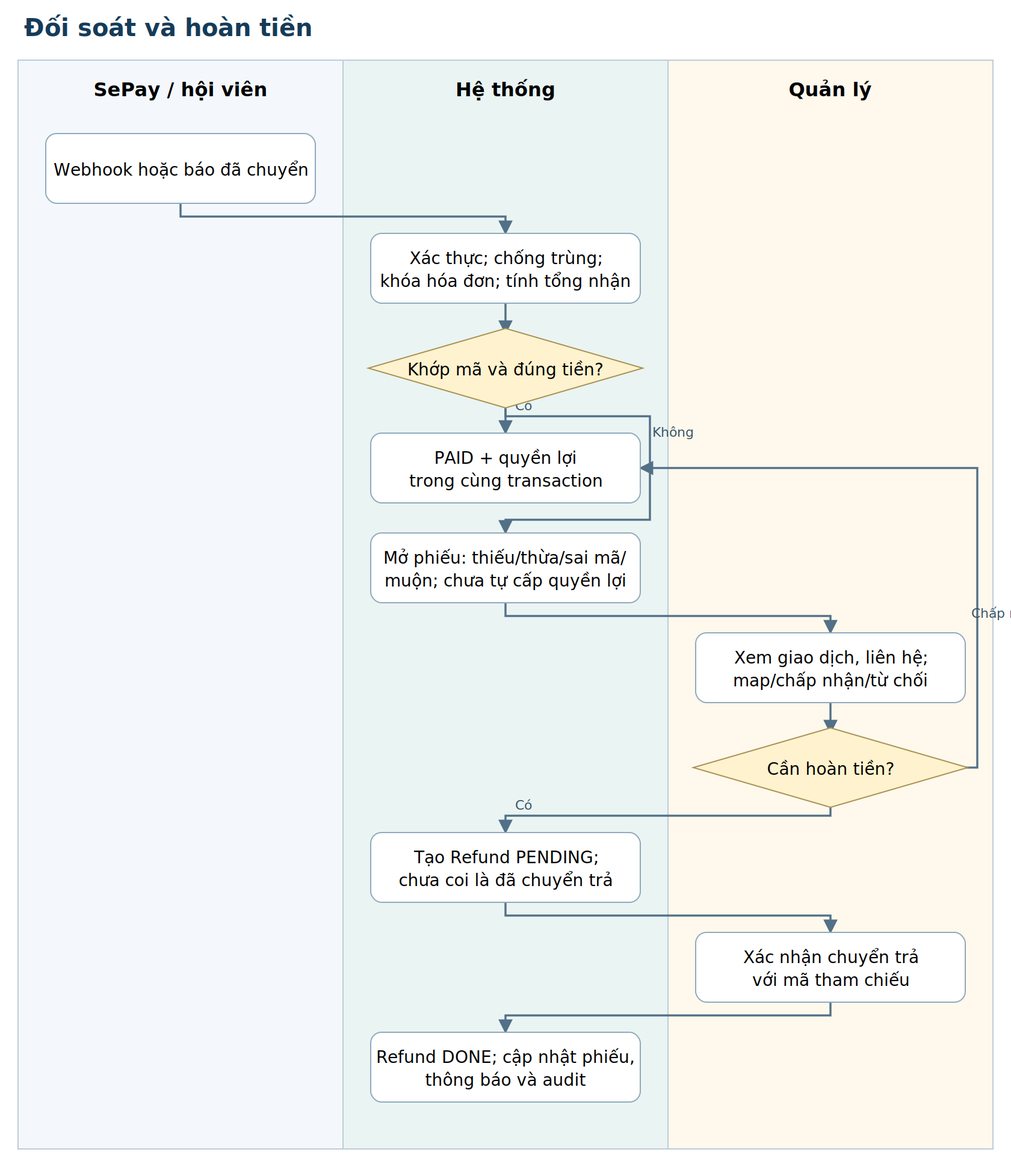
Before: outputs/bao-cao-cuoi-ky/so-do/flow-05-reconcile.png, a diagram exported from Graphviz (NhomHello/Sports-Center-Management-System). Its source is kept beside it as outputs/bao-cao-cuoi-ky/so-do/flow-05-reconcile.dot. Source of this version:
```dot
digraph G {
graph [rankdir=TB, bgcolor="white", pad="0.25", nodesep="0.25", ranksep="0.5", fontname="DejaVu Sans", fontsize=15];
node [shape=box, style="rounded,filled", fillcolor="#eef5fb", color="#a4bdce", fontname="DejaVu Sans", fontsize=11, margin="0.14,0.1"];
edge [fontname="DejaVu Sans", fontsize=9, color="#527087", arrowsize=0.7];
label="Đối soát và hoàn tiền"; labelloc=t;
subgraph cluster_0 { label="SePay / hội viên"; color="#cbdbe7"; style="rounded,filled"; fillcolor="#f4f8fc";
a [label="Webhook hoặc báo đã chuyển", shape=box];
}
subgraph cluster_1 { label="Hệ thống"; color="#cbdbe7"; style="rounded,filled"; fillcolor="#eaf4f3";
b [label="Xác thực; chống trùng;\nkhóa hóa đơn; tính tổng nhận", shape=box];
c [label="Khớp mã và đúng tiền?", shape=diamond];
d [label="PAID + quyền lợi\ntrong cùng transaction", shape=box];
e [label="Mở phiếu: thiếu/thừa/sai mã/\nmuộn; chưa tự cấp quyền lợi", shape=box];
h [label="Tạo Refund PENDING;\nchưa coi là đã chuyển trả", shape=box];
j [label="Refund DONE; cập nhật phiếu,\nthông báo và audit", shape=box];
}
subgraph cluster_2 { label="Quản lý"; color="#cbdbe7"; style="rounded,filled"; fillcolor="#fff8ec";
f [label="Xem giao dịch, liên hệ;\nmap/chấp nhận/từ chối", shape=box];
g [label="Cần hoàn tiền?", shape=diamond];
i [label="Xác nhận chuyển trả\nvới mã tham chiếu", shape=box];
}
a -> b [label=""];
b -> c [label=""];
c -> d [label="Có"];
c -> e [label="Không"];
e -> f [label=""];
f -> g [label=""];
g -> h [label="Có"];
h -> i [label=""];
i -> j [label=""];
g -> d [label="Chấp nhận/map, đủ điều kiện"];
}
```
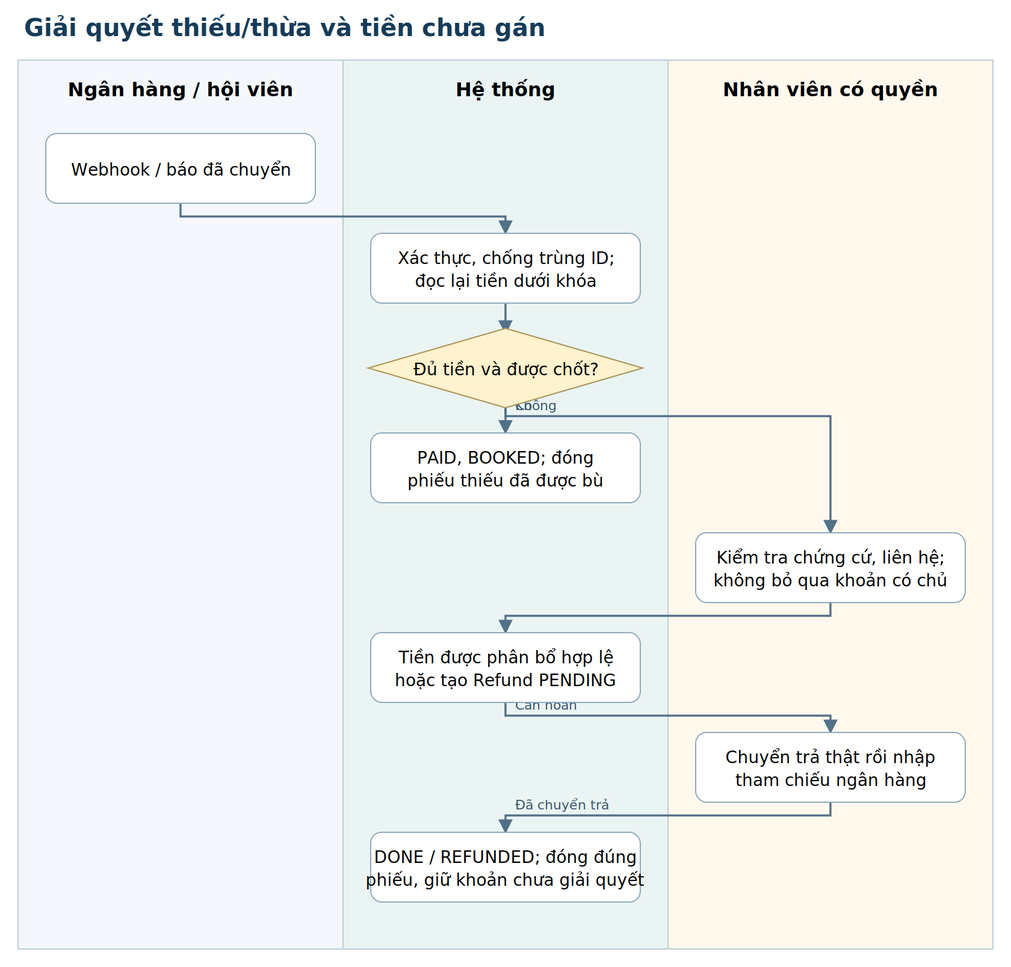
Above is the later version.

Change to the diagram source:
```diff
@@ -2,31 +2,26 @@
 graph [rankdir=TB, bgcolor="white", pad="0.25", nodesep="0.25", ranksep="0.5", fontname="DejaVu Sans", fontsize=15];
 node [shape=box, style="rounded,filled", fillcolor="#eef5fb", color="#a4bdce", fontname="DejaVu Sans", fontsize=11, margin="0.14,0.1"];
 edge [fontname="DejaVu Sans", fontsize=9, color="#527087", arrowsize=0.7];
-label="Đối soát và hoàn tiền"; labelloc=t;
-subgraph cluster_0 { label="SePay / hội viên"; color="#cbdbe7"; style="rounded,filled"; fillcolor="#f4f8fc";
-a [label="Webhook hoặc báo đã chuyển", shape=box];
+label="Giải quyết thiếu/thừa và tiền chưa gán"; labelloc=t;
+subgraph cluster_0 { label="Ngân hàng / hội viên"; color="#cbdbe7"; style="rounded,filled"; fillcolor="#f4f8fc";
+a [label="Webhook / báo đã chuyển", shape=box];
 }
 subgraph cluster_1 { label="Hệ thống"; color="#cbdbe7"; style="rounded,filled"; fillcolor="#eaf4f3";
-b [label="Xác thực; chống trùng;\nkhóa hóa đơn; tính tổng nhận", shape=box];
-c [label="Khớp mã và đúng tiền?", shape=diamond];
-d [label="PAID + quyền lợi\ntrong cùng transaction", shape=box];
-e [label="Mở phiếu: thiếu/thừa/sai mã/\nmuộn; chưa tự cấp quyền lợi", shape=box];
-h [label="Tạo Refund PENDING;\nchưa coi là đã chuyển trả", shape=box];
-j [label="Refund DONE; cập nhật phiếu,\nthông báo và audit", shape=box];
+b [label="Xác thực, chống trùng ID;\nđọc lại tiền dưới khóa", shape=box];
+c [label="Đủ tiền và được chốt?", shape=diamond];
+d [label="PAID, BOOKED; đóng\nphiếu thiếu đã được bù", shape=box];
+f [label="Tiền được phân bổ hợp lệ\nhoặc tạo Refund PENDING", shape=box];
+h [label="DONE / REFUNDED; đóng đúng\nphiếu, giữ khoản chưa giải quyết", shape=box];
 }
-subgraph cluster_2 { label="Quản lý"; color="#cbdbe7"; style="rounded,filled"; fillcolor="#fff8ec";
-f [label="Xem giao dịch, liên hệ;\nmap/chấp nhận/từ chối", shape=box];
-g [label="Cần hoàn tiền?", shape=diamond];
-i [label="Xác nhận chuyển trả\nvới mã tham chiếu", shape=box];
+subgraph cluster_2 { label="Nhân viên có quyền"; color="#cbdbe7"; style="rounded,filled"; fillcolor="#fff8ec";
+e [label="Kiểm tra chứng cứ, liên hệ;\nkhông bỏ qua khoản có chủ", shape=box];
+g [label="Chuyển trả thật rồi nhập\ntham chiếu ngân hàng", shape=box];
 }
 a -> b [label=""];
 b -> c [label=""];
 c -> d [label="Có"];
 c -> e [label="Không"];
 e -> f [label=""];
-f -> g [label=""];
-g -> h [label="Có"];
-h -> i [label=""];
-i -> j [label=""];
-g -> d [label="Chấp nhận/map, đủ điều kiện"];
+f -> g [label="Cần hoàn"];
+g -> h [label="Đã chuyển trả"];
 }
```
